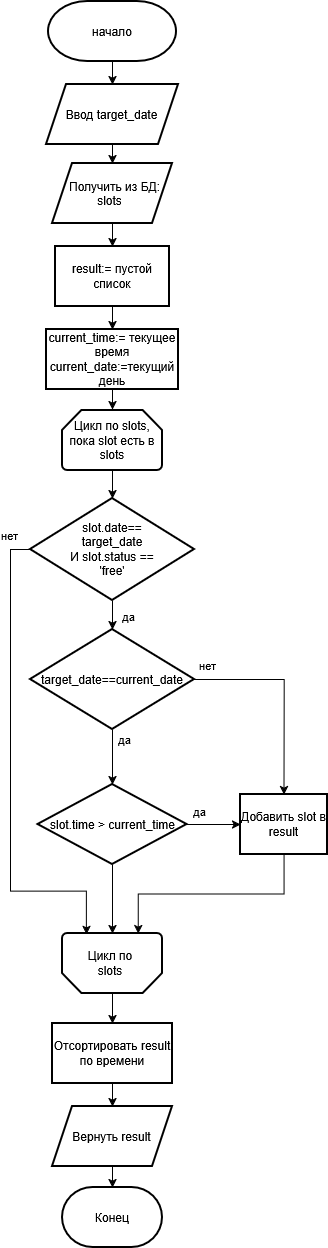
Before: models/algo_1.png, a diagram exported from draw.io (Sofiya-Chiffa/vr-arena-practice-). Source tidied: cells renumbered, new cells last; positions are measured from the earlier drawing's top-left corner, leaving out a move shared by most shapes. Its diagram source:
```xml
<mxGraphModel>
  <root>
    <mxCell id="0" />
    <mxCell id="1" parent="0" />
    <mxCell id="2" style="edgeStyle=orthogonalEdgeStyle;rounded=0;jettySize=auto;html=1;defaultLabelBackgroundColor=page;" parent="1" edge="1" source="3" target="5">
      <mxGeometry relative="1" as="geometry" />
    </mxCell>
    <mxCell id="3" value="начало" style="strokeWidth=2;html=1;shape=mxgraph.flowchart.terminator;whiteSpace=wrap;" parent="1" vertex="1">
      <mxGeometry x="38" width="128" height="60" as="geometry" />
    </mxCell>
    <mxCell id="4" style="edgeStyle=orthogonalEdgeStyle;rounded=0;jettySize=auto;html=1;defaultLabelBackgroundColor=page;" parent="1" edge="1" source="5" target="7">
      <mxGeometry relative="1" as="geometry" />
    </mxCell>
    <mxCell id="5" value="&lt;span class=&quot;nodeLabel&quot;&gt;Ввод target_date&lt;/span&gt;" style="shape=parallelogram;perimeter=parallelogramPerimeter;whiteSpace=wrap;html=1;shapeInside=1;fixedSize=1;strokeWidth=2;" parent="1" vertex="1">
      <mxGeometry x="36" y="83" width="132" height="60" as="geometry" />
    </mxCell>
    <mxCell id="6" style="edgeStyle=orthogonalEdgeStyle;rounded=0;jettySize=auto;html=1;defaultLabelBackgroundColor=page;" parent="1" edge="1" source="7" target="9">
      <mxGeometry relative="1" as="geometry" />
    </mxCell>
    <mxCell id="7" value="&lt;span class=&quot;nodeLabel&quot;&gt;Получить из БД: slots&lt;/span&gt;" style="shape=parallelogram;perimeter=parallelogramPerimeter;whiteSpace=wrap;html=1;shapeInside=1;fixedSize=1;strokeColor=default;strokeWidth=2;align=center;verticalAlign=middle;fontFamily=Helvetica;fontSize=12;fontColor=default;fillColor=default;" parent="1" vertex="1">
      <mxGeometry x="42" y="162" width="120" height="60" as="geometry" />
    </mxCell>
    <mxCell id="8" style="edgeStyle=orthogonalEdgeStyle;rounded=0;jettySize=auto;html=1;defaultLabelBackgroundColor=page;" parent="1" edge="1" source="9" target="11">
      <mxGeometry relative="1" as="geometry" />
    </mxCell>
    <mxCell id="9" value="&lt;span class=&quot;nodeLabel&quot;&gt;result:= пустой список&lt;/span&gt;" style="rounded=0;whiteSpace=wrap;html=1;strokeColor=default;strokeWidth=2;align=center;verticalAlign=middle;fontFamily=Helvetica;fontSize=12;fontColor=default;fillColor=default;" parent="1" vertex="1">
      <mxGeometry x="45" y="245" width="114" height="60" as="geometry" />
    </mxCell>
    <mxCell id="10" style="edgeStyle=orthogonalEdgeStyle;rounded=0;jettySize=auto;html=1;exitX=0.5;exitY=1;exitDx=0;exitDy=0;defaultLabelBackgroundColor=page;" parent="1" edge="1" source="11">
      <mxGeometry relative="1" as="geometry">
        <mxPoint x="102" y="408" as="targetPoint" />
      </mxGeometry>
    </mxCell>
    <mxCell id="11" value="&lt;div&gt;&lt;span class=&quot;nodeLabel&quot;&gt;current_time:= текущее время&lt;/span&gt;&lt;/div&gt;&lt;div&gt;&lt;span class=&quot;nodeLabel&quot;&gt;current_date:=текущий день&lt;/span&gt;&lt;/div&gt;" style="rounded=0;whiteSpace=wrap;html=1;strokeColor=default;strokeWidth=2;align=center;verticalAlign=middle;fontFamily=Helvetica;fontSize=12;fontColor=default;fillColor=default;" parent="1" vertex="1">
      <mxGeometry x="36" y="328" width="132" height="60" as="geometry" />
    </mxCell>
    <mxCell id="12" value="&lt;span class=&quot;nodeLabel&quot;&gt;slot.date== target_date&lt;br&gt;И slot.status == 'free'&lt;/span&gt;" style="rhombus;whiteSpace=wrap;html=1;shapeInside=1;strokeColor=default;strokeWidth=2;align=center;verticalAlign=middle;fontFamily=Helvetica;fontSize=12;fontColor=default;fillColor=default;" parent="1" vertex="1">
      <mxGeometry x="20" y="497" width="164" height="102" as="geometry" />
    </mxCell>
    <mxCell id="13" style="edgeStyle=orthogonalEdgeStyle;rounded=0;jettySize=auto;html=1;exitX=0.5;exitY=1;exitDx=0;exitDy=0;exitPerimeter=0;defaultLabelBackgroundColor=page;" parent="1" edge="1" source="17" target="20">
      <mxGeometry relative="1" as="geometry" />
    </mxCell>
    <mxCell id="14" style="edgeStyle=orthogonalEdgeStyle;rounded=0;jettySize=auto;html=1;exitX=1;exitY=0.5;exitDx=0;exitDy=0;exitPerimeter=0;entryX=0.5;entryY=0;entryDx=0;entryDy=0;defaultLabelBackgroundColor=page;" parent="1" edge="1" source="17" target="22">
      <mxGeometry x="0.33" relative="1" as="geometry">
        <Array as="points">
          <mxPoint x="273.7" y="689" />
          <mxPoint x="273.7" y="795" />
        </Array>
      </mxGeometry>
    </mxCell>
    <mxCell id="15" value="да" style="edgeLabel;html=1;align=center;verticalAlign=middle;inheritText=1;defaultLabelBackgroundColor=page;" parent="14" vertex="1">
      <mxGeometry y="1" relative="1" as="geometry">
        <mxPoint x="-161" y="46" as="offset" />
      </mxGeometry>
    </mxCell>
    <mxCell id="16" value="нет" style="edgeLabel;html=1;align=center;verticalAlign=middle;inheritText=1;defaultLabelBackgroundColor=page;" parent="14" vertex="1">
      <mxGeometry x="0.07" y="-1" relative="1" as="geometry">
        <mxPoint x="-76" y="-35" as="offset" />
      </mxGeometry>
    </mxCell>
    <mxCell id="17" value="&lt;span class=&quot;nodeLabel&quot;&gt;target_date==&lt;/span&gt;&lt;span class=&quot;nodeLabel&quot;&gt;current_date&lt;/span&gt;" style="strokeWidth=2;html=1;shape=mxgraph.flowchart.decision;whiteSpace=wrap;strokeColor=default;align=center;verticalAlign=middle;fontFamily=Helvetica;fontSize=12;fontColor=default;fillColor=default;" parent="1" vertex="1">
      <mxGeometry x="20" y="628" width="164" height="100" as="geometry" />
    </mxCell>
    <mxCell id="18" style="edgeStyle=orthogonalEdgeStyle;rounded=0;jettySize=auto;html=1;exitX=1;exitY=0.5;exitDx=0;exitDy=0;exitPerimeter=0;defaultLabelBackgroundColor=page;" parent="1" edge="1" source="20" target="22">
      <mxGeometry relative="1" as="geometry" />
    </mxCell>
    <mxCell id="19" value="да" style="edgeLabel;html=1;align=center;verticalAlign=middle;inheritText=1;defaultLabelBackgroundColor=page;" parent="18" vertex="1">
      <mxGeometry x="-0.85" y="1" relative="1" as="geometry">
        <mxPoint x="8" y="-13" as="offset" />
      </mxGeometry>
    </mxCell>
    <mxCell id="20" value="&lt;span class=&quot;nodeLabel&quot;&gt;slot.time &amp;gt; current_time&lt;/span&gt;" style="strokeWidth=2;html=1;shape=mxgraph.flowchart.decision;whiteSpace=wrap;strokeColor=default;align=center;verticalAlign=middle;fontFamily=Helvetica;fontSize=12;fontColor=default;fillColor=default;" parent="1" vertex="1">
      <mxGeometry x="27.5" y="783" width="149" height="80" as="geometry" />
    </mxCell>
    <mxCell id="21" style="edgeStyle=orthogonalEdgeStyle;rounded=0;jettySize=auto;html=1;exitX=0.5;exitY=1;exitDx=0;exitDy=0;defaultLabelBackgroundColor=page;" parent="1" edge="1" source="22" target="33">
      <mxGeometry x="0.11" relative="1" as="geometry">
        <Array as="points">
          <mxPoint x="273.5" y="892.5" />
          <mxPoint x="127.7" y="892.5" />
        </Array>
      </mxGeometry>
    </mxCell>
    <mxCell id="22" value="&lt;span class=&quot;nodeLabel&quot;&gt;Добавить slot в result&lt;/span&gt;" style="rounded=0;whiteSpace=wrap;html=1;strokeColor=default;strokeWidth=2;align=center;verticalAlign=middle;fontFamily=Helvetica;fontSize=12;fontColor=default;fillColor=default;" parent="1" vertex="1">
      <mxGeometry x="230" y="793" width="87" height="60" as="geometry" />
    </mxCell>
    <mxCell id="23" style="edgeStyle=orthogonalEdgeStyle;rounded=0;jettySize=auto;html=1;exitX=0.5;exitY=1;exitDx=0;exitDy=0;entryX=0.5;entryY=0;entryDx=0;entryDy=0;defaultLabelBackgroundColor=page;" parent="1" edge="1" source="24" target="25">
      <mxGeometry relative="1" as="geometry" />
    </mxCell>
    <mxCell id="24" value="&lt;span class=&quot;nodeLabel&quot;&gt;Отсортировать result по времени&lt;/span&gt;" style="rounded=0;whiteSpace=wrap;html=1;strokeColor=default;strokeWidth=2;align=center;verticalAlign=middle;fontFamily=Helvetica;fontSize=12;fontColor=default;fillColor=default;" parent="1" vertex="1">
      <mxGeometry x="42" y="1022" width="120" height="60" as="geometry" />
    </mxCell>
    <mxCell id="25" value="Вернуть result" style="shape=parallelogram;perimeter=parallelogramPerimeter;whiteSpace=wrap;html=1;shapeInside=1;fixedSize=1;strokeColor=default;strokeWidth=2;align=center;verticalAlign=middle;fontFamily=Helvetica;fontSize=12;fontColor=default;fillColor=default;" parent="1" vertex="1">
      <mxGeometry x="42" y="1105" width="120" height="60" as="geometry" />
    </mxCell>
    <mxCell id="26" value="&lt;span class=&quot;nodeLabel&quot;&gt;Конец&lt;/span&gt;" style="strokeWidth=2;html=1;shape=mxgraph.flowchart.terminator;whiteSpace=wrap;strokeColor=default;align=center;verticalAlign=middle;fontFamily=Helvetica;fontSize=12;fontColor=default;fillColor=default;" parent="1" vertex="1">
      <mxGeometry x="52" y="1186" width="100" height="60" as="geometry" />
    </mxCell>
    <mxCell id="27" style="edgeStyle=orthogonalEdgeStyle;rounded=0;jettySize=auto;html=1;exitX=0.5;exitY=1;exitDx=0;exitDy=0;entryX=0.5;entryY=0;entryDx=0;entryDy=0;entryPerimeter=0;defaultLabelBackgroundColor=page;" parent="1" edge="1" source="25" target="26">
      <mxGeometry relative="1" as="geometry" />
    </mxCell>
    <mxCell id="28" style="edgeStyle=orthogonalEdgeStyle;rounded=0;jettySize=auto;html=1;exitX=0.5;exitY=1;exitDx=0;exitDy=0;entryX=0.5;entryY=0;entryDx=0;entryDy=0;entryPerimeter=0;defaultLabelBackgroundColor=page;" parent="1" edge="1" source="12" target="17">
      <mxGeometry relative="1" as="geometry" />
    </mxCell>
    <mxCell id="29" value="да" style="edgeLabel;html=1;align=center;verticalAlign=middle;inheritText=1;defaultLabelBackgroundColor=page;" parent="28" vertex="1">
      <mxGeometry x="-0.15" y="5" relative="1" as="geometry">
        <mxPoint x="10" y="3" as="offset" />
      </mxGeometry>
    </mxCell>
    <mxCell id="30" style="edgeStyle=orthogonalEdgeStyle;rounded=0;jettySize=auto;html=1;exitX=0.5;exitY=1;exitDx=0;exitDy=0;exitPerimeter=0;defaultLabelBackgroundColor=page;" parent="1" edge="1" source="31" target="12">
      <mxGeometry relative="1" as="geometry" />
    </mxCell>
    <mxCell id="31" value="&lt;div&gt;Цикл по slots,&lt;/div&gt;&lt;div&gt;пока slot есть в slots&lt;/div&gt;" style="strokeWidth=2;html=1;shape=mxgraph.flowchart.loop_limit;whiteSpace=wrap;strokeColor=default;align=center;verticalAlign=middle;fontFamily=Helvetica;fontSize=12;fontColor=default;fillColor=default;" parent="1" vertex="1">
      <mxGeometry x="52" y="409" width="100" height="60" as="geometry" />
    </mxCell>
    <mxCell id="32" style="edgeStyle=orthogonalEdgeStyle;rounded=0;jettySize=auto;html=1;exitX=0.5;exitY=0;exitDx=0;exitDy=0;exitPerimeter=0;defaultLabelBackgroundColor=page;" parent="1" edge="1" source="33" target="24">
      <mxGeometry relative="1" as="geometry" />
    </mxCell>
    <mxCell id="33" style="strokeWidth=2;html=1;shape=mxgraph.flowchart.loop_limit;whiteSpace=wrap;strokeColor=default;align=center;verticalAlign=middle;fontFamily=Helvetica;fontSize=12;fontColor=default;fillColor=default;rotation=-180;" parent="1" vertex="1">
      <mxGeometry x="52" y="932" width="100" height="60" as="geometry" />
    </mxCell>
    <mxCell id="34" value="Цикл по slots" style="text;html=1;whiteSpace=wrap;strokeColor=none;fillColor=none;align=center;verticalAlign=middle;rounded=0;fontFamily=Helvetica;fontSize=12;fontColor=default;" parent="1" vertex="1">
      <mxGeometry x="70" y="947" width="60" height="30" as="geometry" />
    </mxCell>
    <mxCell id="35" style="edgeStyle=orthogonalEdgeStyle;rounded=0;jettySize=auto;html=1;exitX=0.5;exitY=1;exitDx=0;exitDy=0;exitPerimeter=0;entryX=0.5;entryY=1;entryDx=0;entryDy=0;entryPerimeter=0;defaultLabelBackgroundColor=page;" parent="1" edge="1" source="20" target="33">
      <mxGeometry relative="1" as="geometry" />
    </mxCell>
    <mxCell id="36" style="edgeStyle=orthogonalEdgeStyle;rounded=0;jettySize=auto;html=1;exitX=0;exitY=0.5;exitDx=0;exitDy=0;entryX=0.761;entryY=0.984;entryDx=0;entryDy=0;entryPerimeter=0;defaultLabelBackgroundColor=page;" parent="1" edge="1" source="12" target="33">
      <mxGeometry relative="1" as="geometry">
        <Array as="points">
          <mxPoint y="548" />
          <mxPoint y="889.6" />
          <mxPoint x="75.9" y="889.6" />
        </Array>
      </mxGeometry>
    </mxCell>
    <mxCell id="37" value="нет" style="edgeLabel;html=1;align=center;verticalAlign=middle;inheritText=1;defaultLabelBackgroundColor=page;" parent="36" vertex="1">
      <mxGeometry x="-0.79" y="-1" relative="1" as="geometry">
        <mxPoint x="-1" y="-45" as="offset" />
      </mxGeometry>
    </mxCell>
  </root>
</mxGraphModel>
```
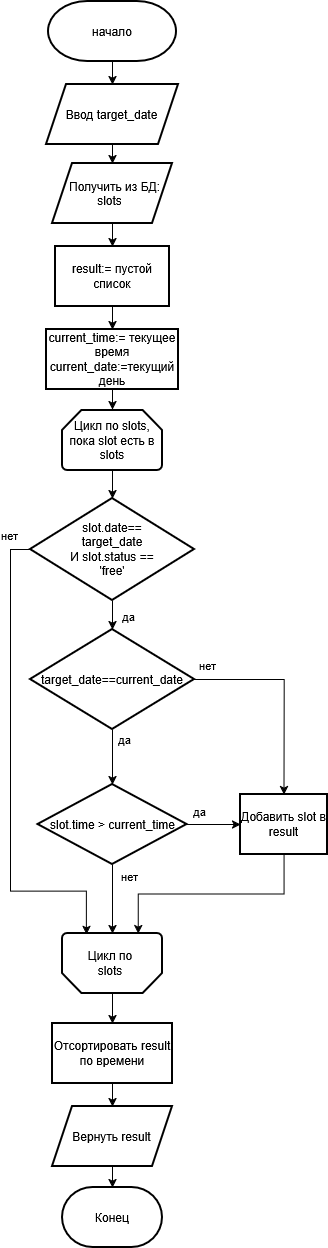
Later version of the same file.

Change to the diagram source:
```diff
@@ -124,6 +124,11 @@
     <mxCell id="35" style="edgeStyle=orthogonalEdgeStyle;rounded=0;jettySize=auto;html=1;exitX=0.5;exitY=1;exitDx=0;exitDy=0;exitPerimeter=0;entryX=0.5;entryY=1;entryDx=0;entryDy=0;entryPerimeter=0;defaultLabelBackgroundColor=page;" parent="1" edge="1" source="20" target="33">
       <mxGeometry relative="1" as="geometry" />
     </mxCell>
+    <mxCell id="38" value="нет" style="edgeLabel;html=1;align=center;verticalAlign=middle;inheritText=1;defaultLabelBackgroundColor=page;" parent="35" vertex="1">
+      <mxGeometry x="-0.37" y="1" relative="1" as="geometry">
+        <mxPoint x="15" y="-11" as="offset" />
+      </mxGeometry>
+    </mxCell>
     <mxCell id="36" style="edgeStyle=orthogonalEdgeStyle;rounded=0;jettySize=auto;html=1;exitX=0;exitY=0.5;exitDx=0;exitDy=0;entryX=0.761;entryY=0.984;entryDx=0;entryDy=0;entryPerimeter=0;defaultLabelBackgroundColor=page;" parent="1" edge="1" source="12" target="33">
       <mxGeometry relative="1" as="geometry">
         <Array as="points">
```
